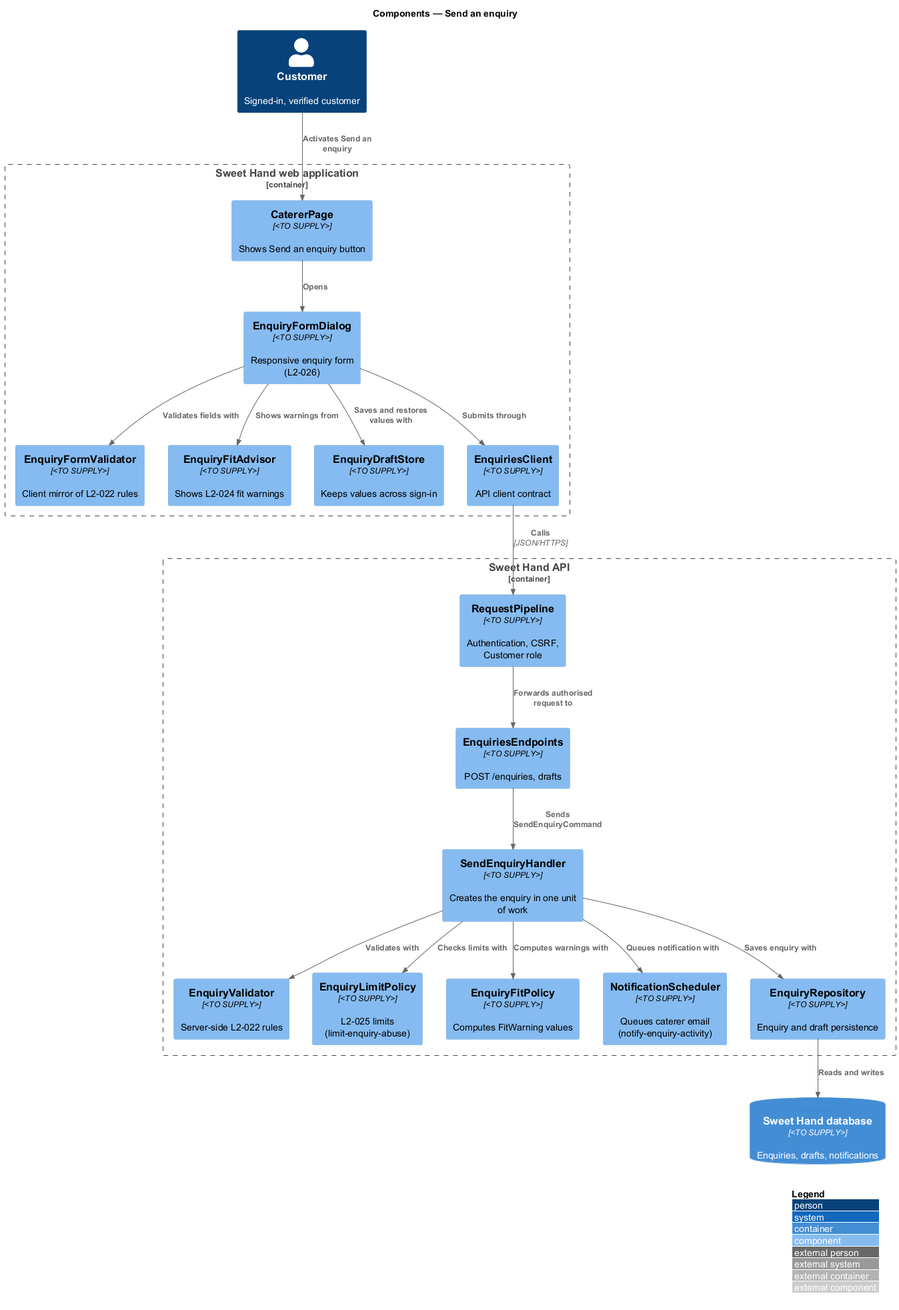
Before: docs/detailed-designs/enquiries/send-enquiry/diagrams/c4-component.png, a diagram exported from PlantUML (QuinntyneBrown/sweet-hand). The source it was exported from:
```plantuml
@startuml
!include <C4/C4_Component>
LAYOUT_WITH_LEGEND()
title Components — Send an enquiry

Person(customer, "Customer", "Signed-in, verified customer")
Container_Boundary(web, "Sweet Hand web application") {
  Component(page, "CatererPage", "<TO SUPPLY>", "Shows Send an enquiry button")
  Component(dialog, "EnquiryFormDialog", "<TO SUPPLY>", "Responsive enquiry form (L2-026)")
  Component(cval, "EnquiryFormValidator", "<TO SUPPLY>", "Client mirror of L2-022 rules")
  Component(fit, "EnquiryFitAdvisor", "<TO SUPPLY>", "Shows L2-024 fit warnings")
  Component(draft, "EnquiryDraftStore", "<TO SUPPLY>", "Keeps values across sign-in")
  Component(client, "EnquiriesClient", "<TO SUPPLY>", "API client contract")
}
Container_Boundary(api, "Sweet Hand API") {
  Component(pipe, "RequestPipeline", "<TO SUPPLY>", "Authentication, CSRF, Customer role")
  Component(ep, "EnquiriesEndpoints", "<TO SUPPLY>", "POST /enquiries, drafts")
  Component(handler, "SendEnquiryHandler", "<TO SUPPLY>", "Creates the enquiry in one unit of work")
  Component(val, "EnquiryValidator", "<TO SUPPLY>", "Server-side L2-022 rules")
  Component(limits, "EnquiryLimitPolicy", "<TO SUPPLY>", "L2-025 limits (limit-enquiry-abuse)")
  Component(fitp, "EnquiryFitPolicy", "<TO SUPPLY>", "Computes FitWarning values")
  Component(sched, "NotificationScheduler", "<TO SUPPLY>", "Queues caterer email (notify-enquiry-activity)")
  Component(repo, "EnquiryRepository", "<TO SUPPLY>", "Enquiry and draft persistence")
}
ContainerDb(db, "Sweet Hand database", "<TO SUPPLY>", "Enquiries, drafts, notifications")

Rel(customer, page, "Activates Send an enquiry")
Rel(page, dialog, "Opens")
Rel(dialog, cval, "Validates fields with")
Rel(dialog, fit, "Shows warnings from")
Rel(dialog, draft, "Saves and restores values with")
Rel(dialog, client, "Submits through")
Rel(client, pipe, "Calls", "JSON/HTTPS")
Rel(pipe, ep, "Forwards authorised request to")
Rel(ep, handler, "Sends SendEnquiryCommand")
Rel(handler, val, "Validates with")
Rel(handler, limits, "Checks limits with")
Rel(handler, fitp, "Computes warnings with")
Rel(handler, sched, "Queues notification with")
Rel(handler, repo, "Saves enquiry with")
Rel(repo, db, "Reads and writes")
@enduml
```
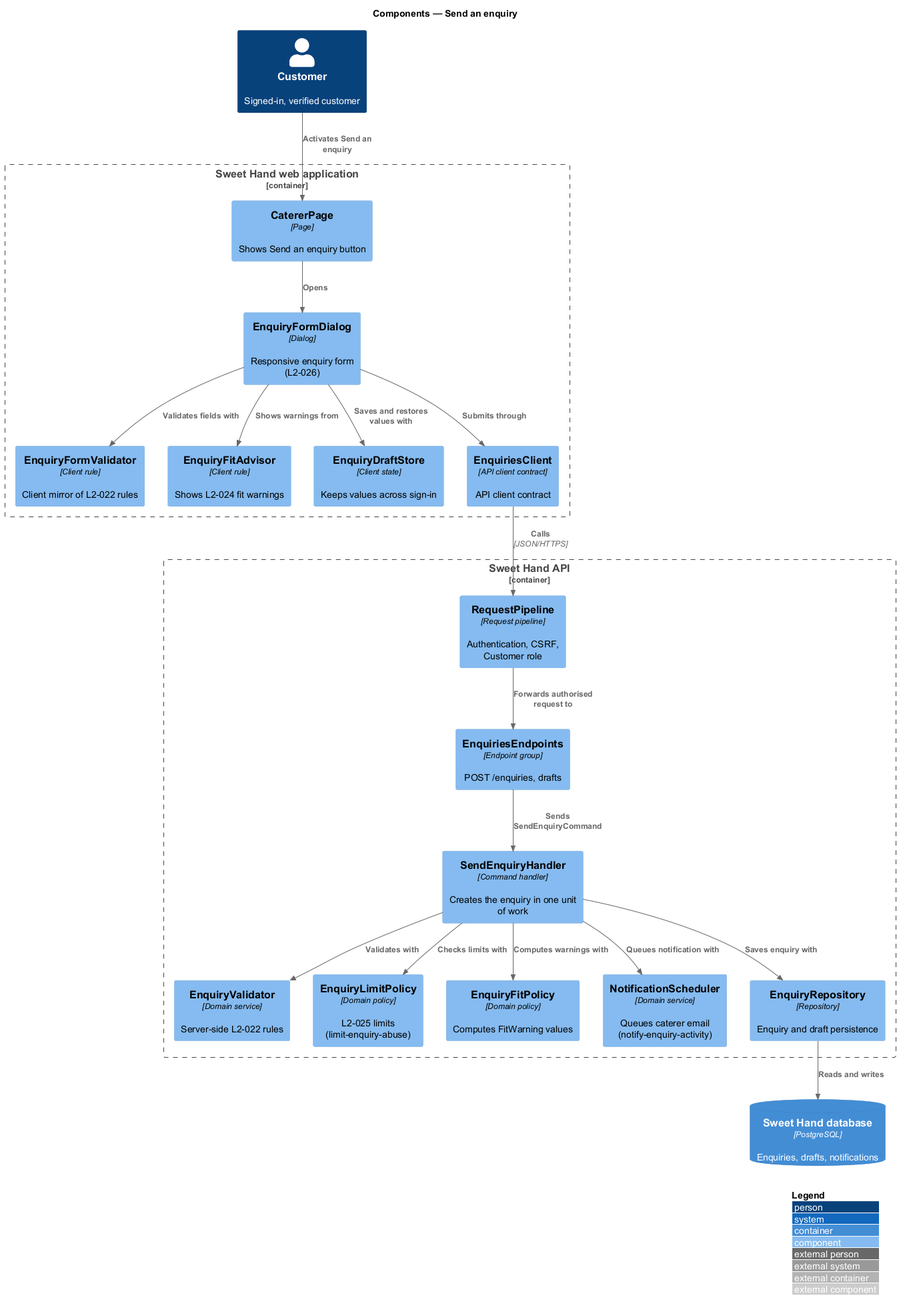
Later version of the same file.

What changed in the source:
```diff
@@ -5,24 +5,24 @@
 
 Person(customer, "Customer", "Signed-in, verified customer")
 Container_Boundary(web, "Sweet Hand web application") {
-  Component(page, "CatererPage", "<TO SUPPLY>", "Shows Send an enquiry button")
-  Component(dialog, "EnquiryFormDialog", "<TO SUPPLY>", "Responsive enquiry form (L2-026)")
-  Component(cval, "EnquiryFormValidator", "<TO SUPPLY>", "Client mirror of L2-022 rules")
-  Component(fit, "EnquiryFitAdvisor", "<TO SUPPLY>", "Shows L2-024 fit warnings")
-  Component(draft, "EnquiryDraftStore", "<TO SUPPLY>", "Keeps values across sign-in")
-  Component(client, "EnquiriesClient", "<TO SUPPLY>", "API client contract")
+  Component(page, "CatererPage", "Page", "Shows Send an enquiry button")
+  Component(dialog, "EnquiryFormDialog", "Dialog", "Responsive enquiry form (L2-026)")
+  Component(cval, "EnquiryFormValidator", "Client rule", "Client mirror of L2-022 rules")
+  Component(fit, "EnquiryFitAdvisor", "Client rule", "Shows L2-024 fit warnings")
+  Component(draft, "EnquiryDraftStore", "Client state", "Keeps values across sign-in")
+  Component(client, "EnquiriesClient", "API client contract", "API client contract")
 }
 Container_Boundary(api, "Sweet Hand API") {
-  Component(pipe, "RequestPipeline", "<TO SUPPLY>", "Authentication, CSRF, Customer role")
-  Component(ep, "EnquiriesEndpoints", "<TO SUPPLY>", "POST /enquiries, drafts")
-  Component(handler, "SendEnquiryHandler", "<TO SUPPLY>", "Creates the enquiry in one unit of work")
-  Component(val, "EnquiryValidator", "<TO SUPPLY>", "Server-side L2-022 rules")
-  Component(limits, "EnquiryLimitPolicy", "<TO SUPPLY>", "L2-025 limits (limit-enquiry-abuse)")
-  Component(fitp, "EnquiryFitPolicy", "<TO SUPPLY>", "Computes FitWarning values")
-  Component(sched, "NotificationScheduler", "<TO SUPPLY>", "Queues caterer email (notify-enquiry-activity)")
-  Component(repo, "EnquiryRepository", "<TO SUPPLY>", "Enquiry and draft persistence")
+  Component(pipe, "RequestPipeline", "Request pipeline", "Authentication, CSRF, Customer role")
+  Component(ep, "EnquiriesEndpoints", "Endpoint group", "POST /enquiries, drafts")
+  Component(handler, "SendEnquiryHandler", "Command handler", "Creates the enquiry in one unit of work")
+  Component(val, "EnquiryValidator", "Domain service", "Server-side L2-022 rules")
+  Component(limits, "EnquiryLimitPolicy", "Domain policy", "L2-025 limits (limit-enquiry-abuse)")
+  Component(fitp, "EnquiryFitPolicy", "Domain policy", "Computes FitWarning values")
+  Component(sched, "NotificationScheduler", "Domain service", "Queues caterer email (notify-enquiry-activity)")
+  Component(repo, "EnquiryRepository", "Repository", "Enquiry and draft persistence")
 }
-ContainerDb(db, "Sweet Hand database", "<TO SUPPLY>", "Enquiries, drafts, notifications")
+ContainerDb(db, "Sweet Hand database", "PostgreSQL", "Enquiries, drafts, notifications")
 
 Rel(customer, page, "Activates Send an enquiry")
 Rel(page, dialog, "Opens")
```
